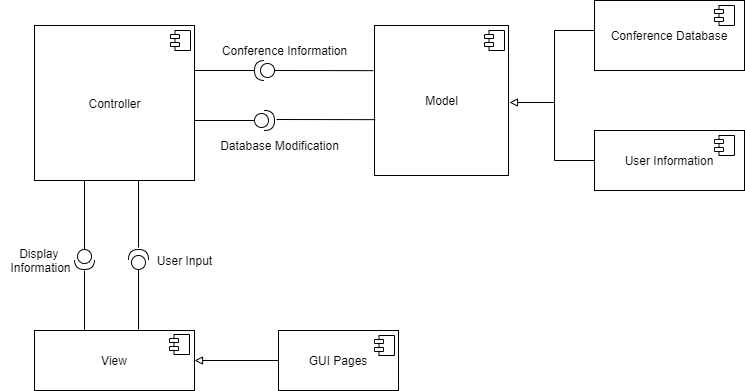
Before: img/logical_architecture.png, a diagram exported from draw.io (claramoreirag/FEUP-ESOF). Source tidied: cells renumbered, new cells last; positions are measured from the earlier drawing's top-left corner, leaving out a move shared by most shapes.
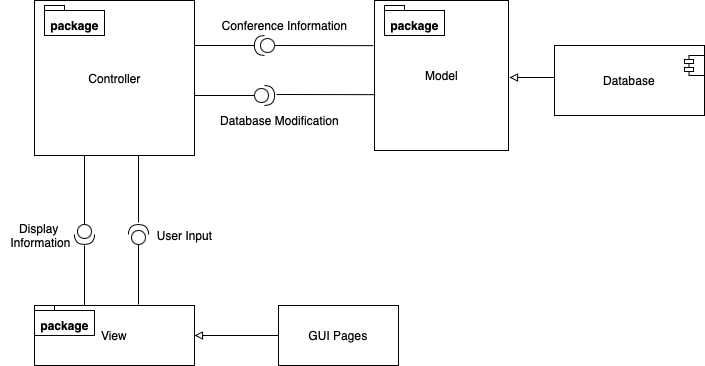
Later version of the same file.

Change to the diagram source:
```diff
@@ -8,33 +8,18 @@
     <mxCell id="3" value="Model" style="html=1;" parent="1" vertex="1">
       <mxGeometry x="374" y="25" width="134" height="150" as="geometry" />
     </mxCell>
-    <mxCell id="4" style="shape=module;align=left;spacingLeft=20;align=center;verticalAlign=top;jettyWidth=9;jettyHeight=4;" parent="1" vertex="1">
-      <mxGeometry x="170" y="30" width="20" height="20" as="geometry" />
-    </mxCell>
-    <mxCell id="5" style="shape=module;align=left;spacingLeft=20;align=center;verticalAlign=top;jettyWidth=9;jettyHeight=4;" parent="1" vertex="1">
-      <mxGeometry x="484" y="30" width="20" height="20" as="geometry" />
-    </mxCell>
     <mxCell id="6" style="endArrow=none;html=1;strokeWidth=1;startArrow=block;startFill=0;endFill=0;" parent="1" edge="1">
       <mxGeometry relative="1" as="geometry">
         <mxPoint x="509" y="102" as="sourcePoint" />
         <mxPoint x="554" y="102" as="targetPoint" />
       </mxGeometry>
     </mxCell>
-    <mxCell id="7" style="strokeWidth=1;html=1;shape=mxgraph.flowchart.annotation_1;align=left;" parent="1" vertex="1">
-      <mxGeometry x="554" y="30" width="40" height="130" as="geometry" />
-    </mxCell>
-    <mxCell id="8" value="Conference Database" style="rounded=0;whiteSpace=wrap;html=1;strokeWidth=1;" parent="1" vertex="1">
-      <mxGeometry x="594" width="150" height="70" as="geometry" />
+    <mxCell id="8" value="Database" style="rounded=0;whiteSpace=wrap;html=1;strokeWidth=1;" parent="1" vertex="1">
+      <mxGeometry x="554" y="70" width="150" height="70" as="geometry" />
     </mxCell>
     <mxCell id="9" style="shape=module;align=left;spacingLeft=20;align=center;verticalAlign=top;jettyWidth=9;jettyHeight=4;" parent="1" vertex="1">
-      <mxGeometry x="714" y="5" width="20" height="20" as="geometry" />
+      <mxGeometry x="684" y="80" width="20" height="20" as="geometry" />
     </mxCell>
-    <mxCell id="10" value="User Information" style="rounded=0;whiteSpace=wrap;html=1;strokeWidth=1;" parent="1" vertex="1">
-      <mxGeometry x="594" y="130" width="150" height="60" as="geometry" />
-    </mxCell>
-    <mxCell id="11" style="shape=module;align=left;spacingLeft=20;align=center;verticalAlign=top;jettyWidth=9;jettyHeight=4;" parent="1" vertex="1">
-      <mxGeometry x="714" y="135" width="20" height="20" as="geometry" />
-    </mxCell>
     <mxCell id="12" style="shape=providedRequiredInterface;html=1;verticalLabelPosition=bottom;strokeWidth=1;rotation=-180;" parent="1" vertex="1">
       <mxGeometry x="254" y="60" width="20" height="20" as="geometry" />
     </mxCell>
@@ -63,9 +48,6 @@
     <mxCell id="19" value="Database Modification" style="text;html=1;align=center;verticalAlign=middle;" parent="1" vertex="1">
       <mxGeometry x="214" y="135" width="130" height="20" as="geometry" />
     </mxCell>
-    <mxCell id="20" style="shape=module;align=left;spacingLeft=20;align=center;verticalAlign=top;jettyWidth=9;jettyHeight=4;" parent="1" vertex="1">
-      <mxGeometry x="169" y="334" width="20" height="20" as="geometry" />
-    </mxCell>
     <mxCell id="21" style="group;" parent="1" vertex="1">
       <mxGeometry x="194" y="110" width="180.8" height="20" as="geometry" />
     </mxCell>
@@ -122,8 +104,14 @@
     <mxCell id="33" value="Display&amp;nbsp;&lt;br&gt;Information" style="text;html=1;align=center;verticalAlign=middle;" parent="1" vertex="1">
       <mxGeometry y="245" width="80" height="30" as="geometry" />
     </mxCell>
-    <mxCell id="34" style="shape=module;align=left;spacingLeft=20;align=center;verticalAlign=top;jettyWidth=9;jettyHeight=4;" parent="1" vertex="1">
-      <mxGeometry x="374" y="335" width="20" height="20" as="geometry" />
-    </mxCell>
+    <mxCell id="35" value="package" style="shape=folder;fontStyle=1;spacingTop=10;tabWidth=20;tabHeight=5;tabPosition=left;html=1;" parent="1" vertex="1">
+      <mxGeometry x="44" y="30" width="60" height="30" as="geometry" />
+    </mxCell>
+    <mxCell id="36" value="package" style="shape=folder;fontStyle=1;spacingTop=10;tabWidth=20;tabHeight=5;tabPosition=left;html=1;" parent="1" vertex="1">
+      <mxGeometry x="384" y="30" width="60" height="30" as="geometry" />
+    </mxCell>
+    <mxCell id="37" value="package" style="shape=folder;fontStyle=1;spacingTop=10;tabWidth=20;tabHeight=5;tabPosition=left;html=1;" parent="1" vertex="1">
+      <mxGeometry x="34" y="330" width="60" height="30" as="geometry" />
+    </mxCell>
   </root>
 </mxGraphModel>
```
